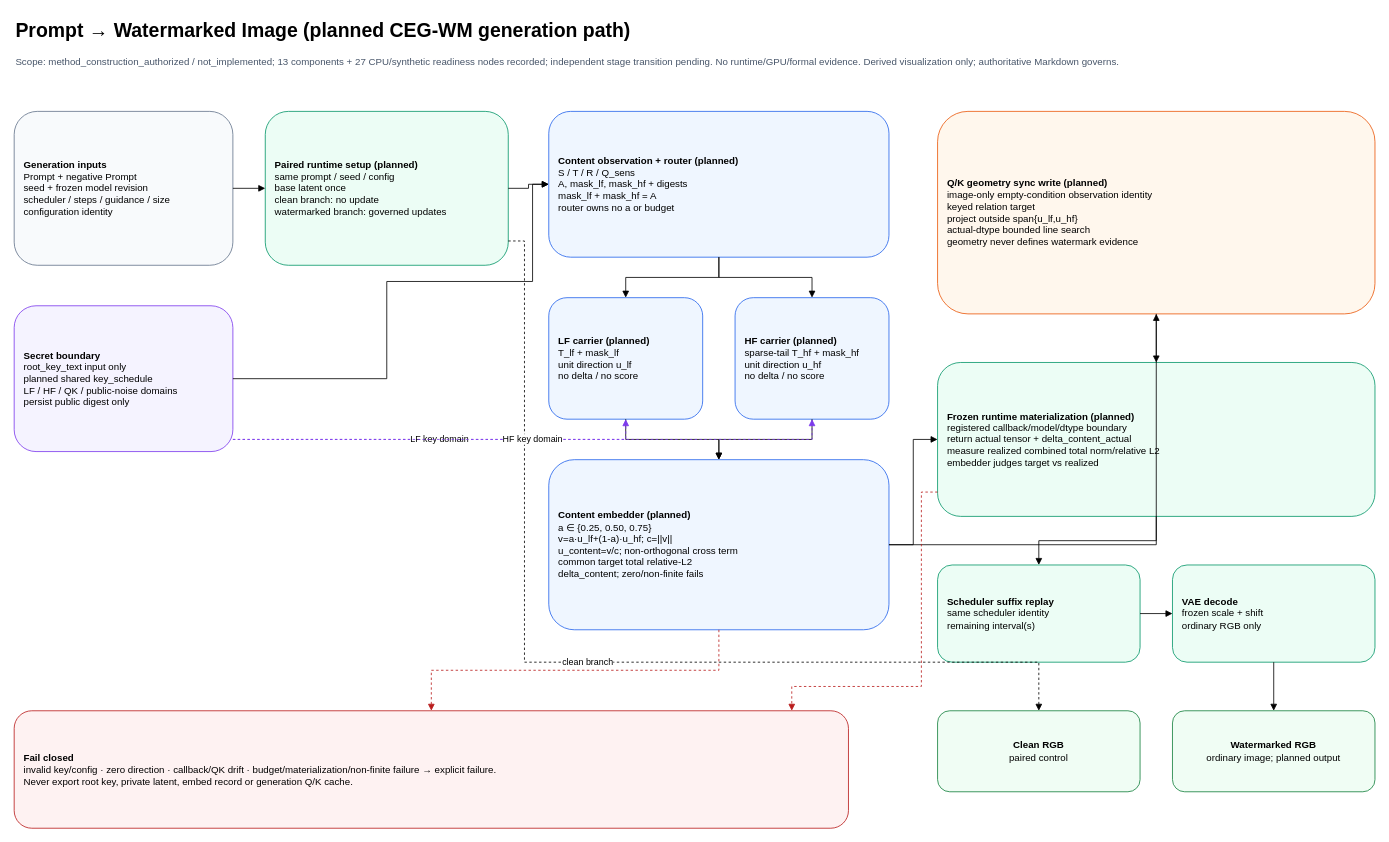
Before: docs/design/diagrams/prompt_to_watermarked_image.drawio in RICHAAARC/CEG-WM, a draw.io diagram. Source tidied: cells renumbered, new cells numbered last; positions are measured from the earlier drawing's top-left corner, leaving out a move shared by most shapes. Both pictures are drawn from the tidied source at 81%, with x=0, y=0 at pixel (14, 14).
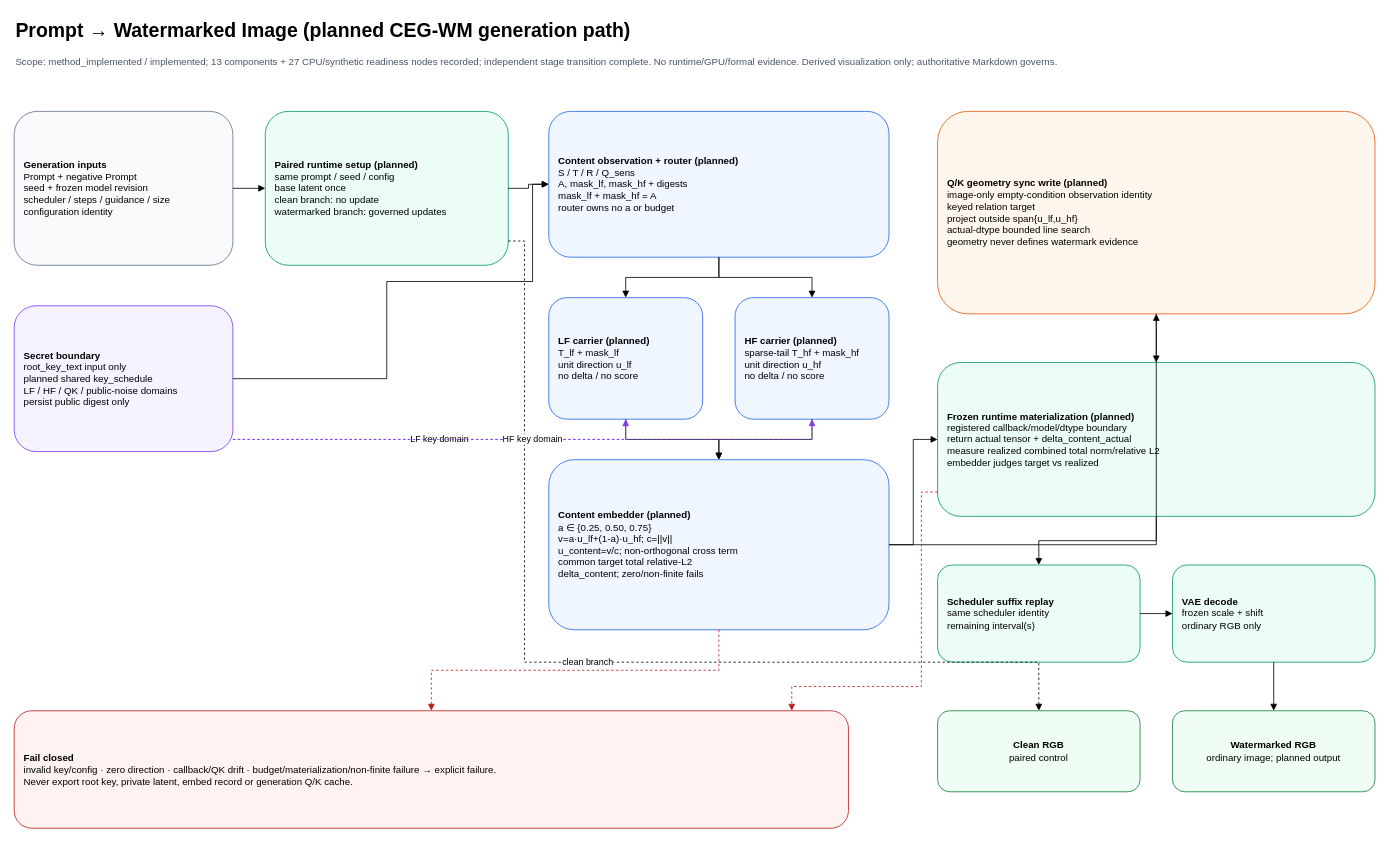
Above is the later version.

Change to the diagram source:
```diff
@@
-    <mxCell id="3" value="Scope: method_construction_authorized / not_implemented; 13 components + 27 CPU/synthetic readiness nodes recorded; independent stage transition pending. No runtime/GPU/formal evidence. Derived visualization only; authoritative Markdown governs." style="text;html=1;fontSize=12;align=left;fontColor=#475569;" parent="1" vertex="1">
+    <mxCell id="3" value="Scope: method_implemented / implemented; 13 components + 27 CPU/synthetic readiness nodes recorded; independent stage transition complete. No runtime/GPU/formal evidence. Derived visualization only; authoritative Markdown governs." style="text;html=1;fontSize=12;align=left;fontColor=#475569;" parent="1" vertex="1">
       <mxGeometry y="45" width="1500" height="40" as="geometry" />
     </mxCell>
```
